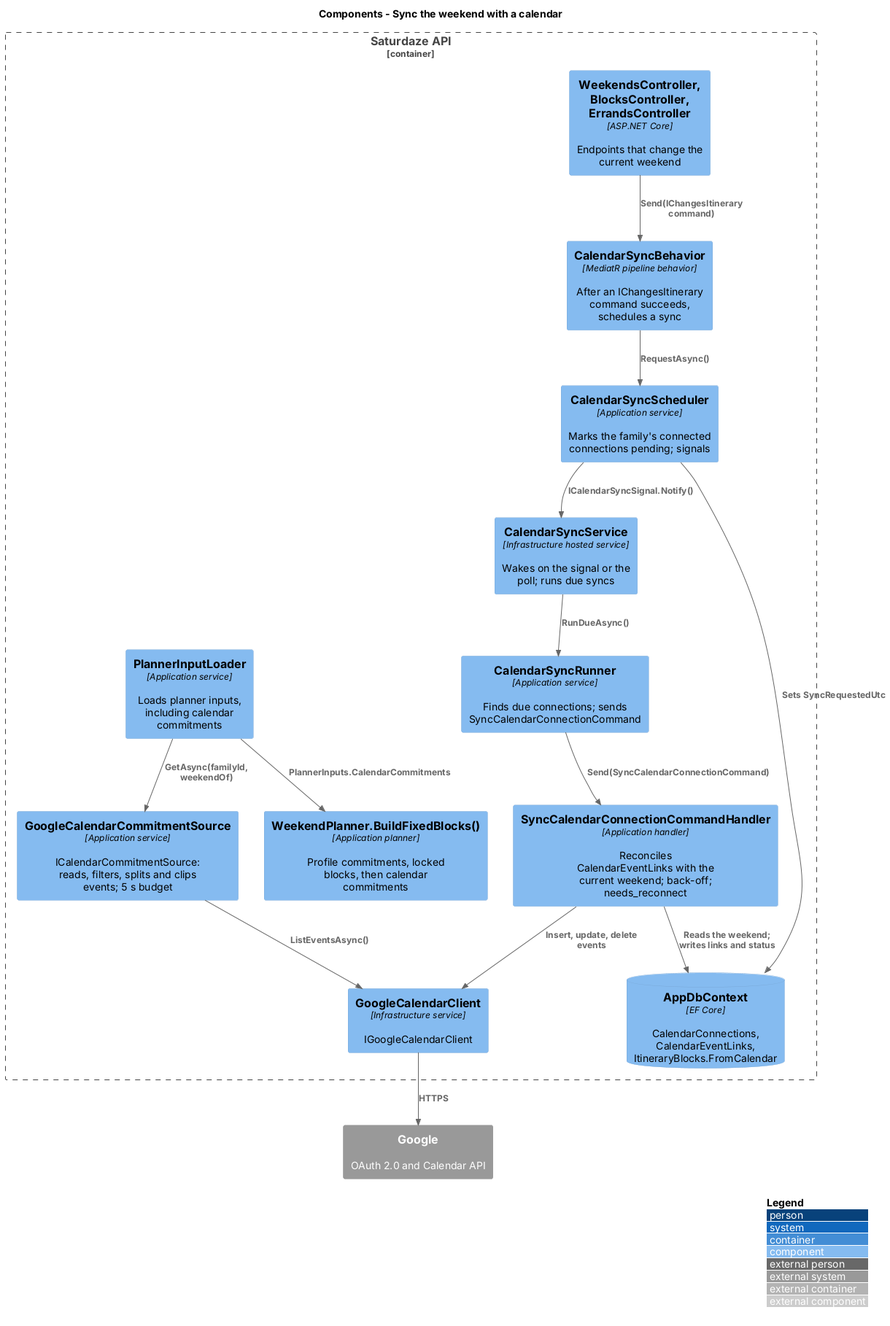
Earlier version of the PlantUML export docs/detailed-designs/weekend-planning/sync-weekend-to-calendar/diagrams/c4-component.png (QuinntyneBrown/saturdaze). Source of this version:
```plantuml
@startuml
!include <C4/C4_Component>
LAYOUT_WITH_LEGEND()
title Components - Sync the weekend with a calendar

Container_Boundary(api, "Saturdaze API") {
  Component(controllers, "WeekendsController, BlocksController, ErrandsController", "ASP.NET Core", "Endpoints that change the current weekend")
  Component(behavior, "CalendarSyncBehavior", "MediatR pipeline behavior", "After an IChangesItinerary command succeeds, schedules a sync")
  Component(scheduler, "CalendarSyncScheduler", "Application service", "Marks the family's connected connections pending; signals")
  Component(service, "CalendarSyncService", "Infrastructure hosted service", "Wakes on the signal or the poll; runs due syncs")
  Component(runner, "CalendarSyncRunner", "Application service", "Finds due connections; sends SyncCalendarConnectionCommand")
  Component(sync, "SyncCalendarConnectionCommandHandler", "Application handler", "Reconciles CalendarEventLinks with the current weekend; back-off; needs_reconnect")
  Component(loader, "PlannerInputLoader", "Application service", "Loads planner inputs, including calendar commitments")
  Component(source, "GoogleCalendarCommitmentSource", "Application service", "ICalendarCommitmentSource: reads, filters, splits and clips events; 5 s budget")
  Component(planner, "WeekendPlanner.BuildFixedBlocks()", "Application planner", "Profile commitments, locked blocks, then calendar commitments")
  Component(client, "GoogleCalendarClient", "Infrastructure service", "IGoogleCalendarClient")
  ComponentDb(db, "AppDbContext", "EF Core", "CalendarConnections, CalendarEventLinks, ItineraryBlocks.FromCalendar")
}
System_Ext(google, "Google", "OAuth 2.0 and Calendar API")
Rel(controllers, behavior, "Send(IChangesItinerary command)")
Rel(behavior, scheduler, "RequestAsync()")
Rel(scheduler, db, "Sets SyncRequestedUtc")
Rel(scheduler, service, "ICalendarSyncSignal.Notify()")
Rel(service, runner, "RunDueAsync()")
Rel(runner, sync, "Send(SyncCalendarConnectionCommand)")
Rel(sync, client, "Insert, update, delete events")
Rel(sync, db, "Reads the weekend; writes links and status")
Rel(loader, source, "GetAsync(familyId, weekendOf)")
Rel(source, client, "ListEventsAsync()")
Rel(loader, planner, "PlannerInputs.CalendarCommitments")
Rel(client, google, "HTTPS")
@enduml
```
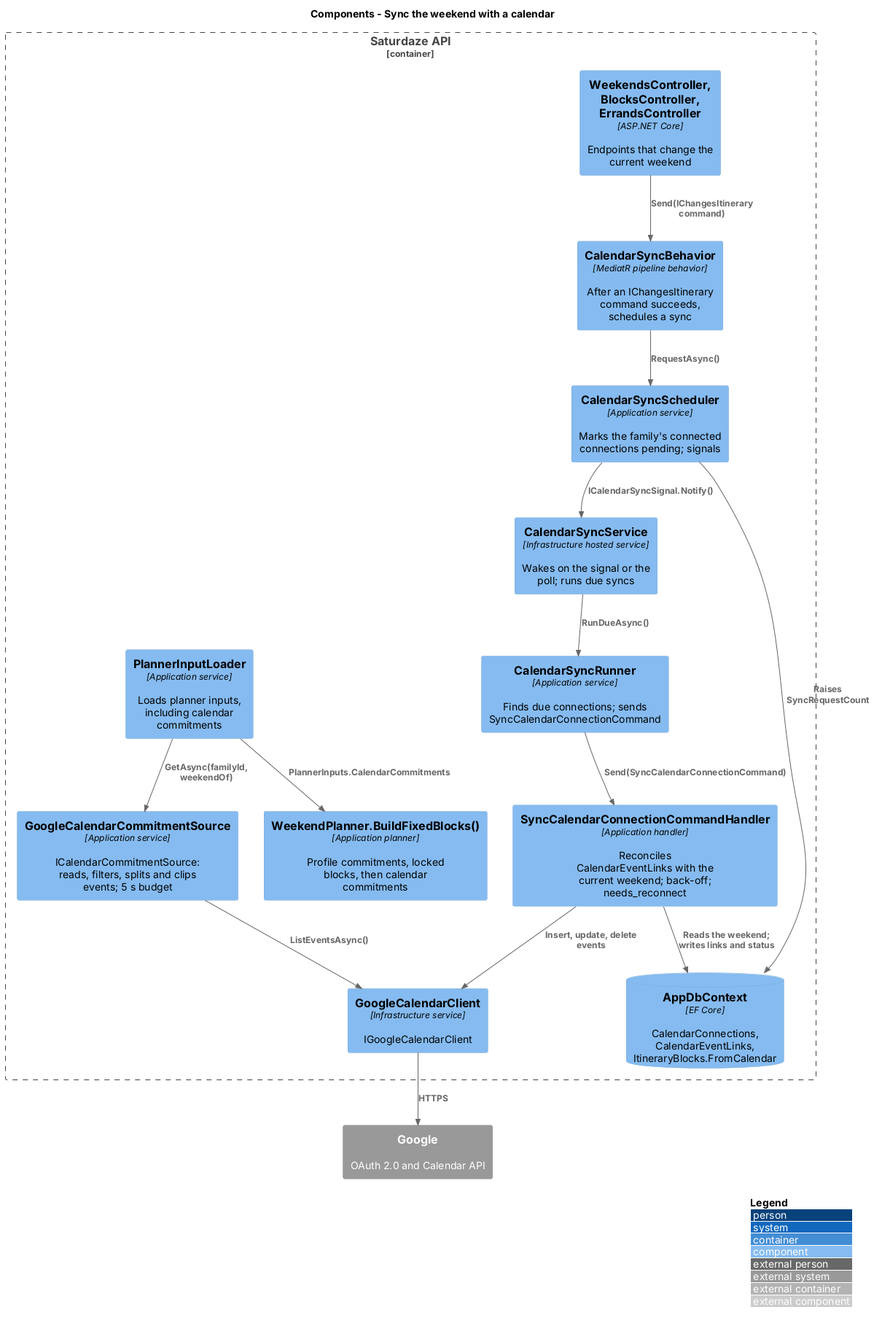
The same diagram one commit later.

Diff of the diagram source:
```diff
@@ -19,7 +19,7 @@
 System_Ext(google, "Google", "OAuth 2.0 and Calendar API")
 Rel(controllers, behavior, "Send(IChangesItinerary command)")
 Rel(behavior, scheduler, "RequestAsync()")
-Rel(scheduler, db, "Sets SyncRequestedUtc")
+Rel(scheduler, db, "Raises SyncRequestCount")
 Rel(scheduler, service, "ICalendarSyncSignal.Notify()")
 Rel(service, runner, "RunDueAsync()")
 Rel(runner, sync, "Send(SyncCalendarConnectionCommand)")
```
